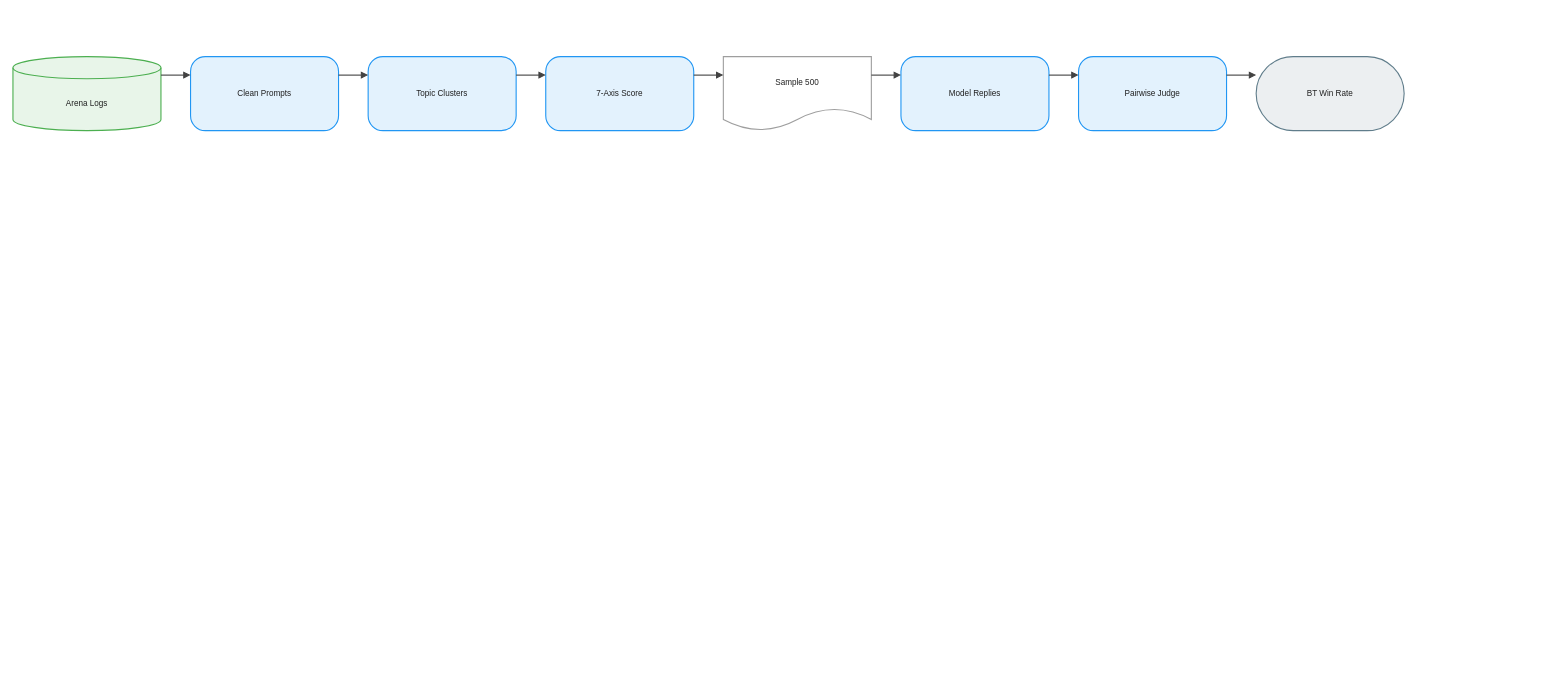
This is drawio/Arena-Hard/Arena-Hard.en.drawio from joe1chief/benchmark-hub, a draw.io file, before an edit. Source tidied: cells renumbered, new cells numbered last; positions are measured from the earlier drawing's top-left corner, leaving out a move shared by most shapes. Both pictures are drawn from the tidied source at 74%, with x=0, y=0 at pixel (13, 56).
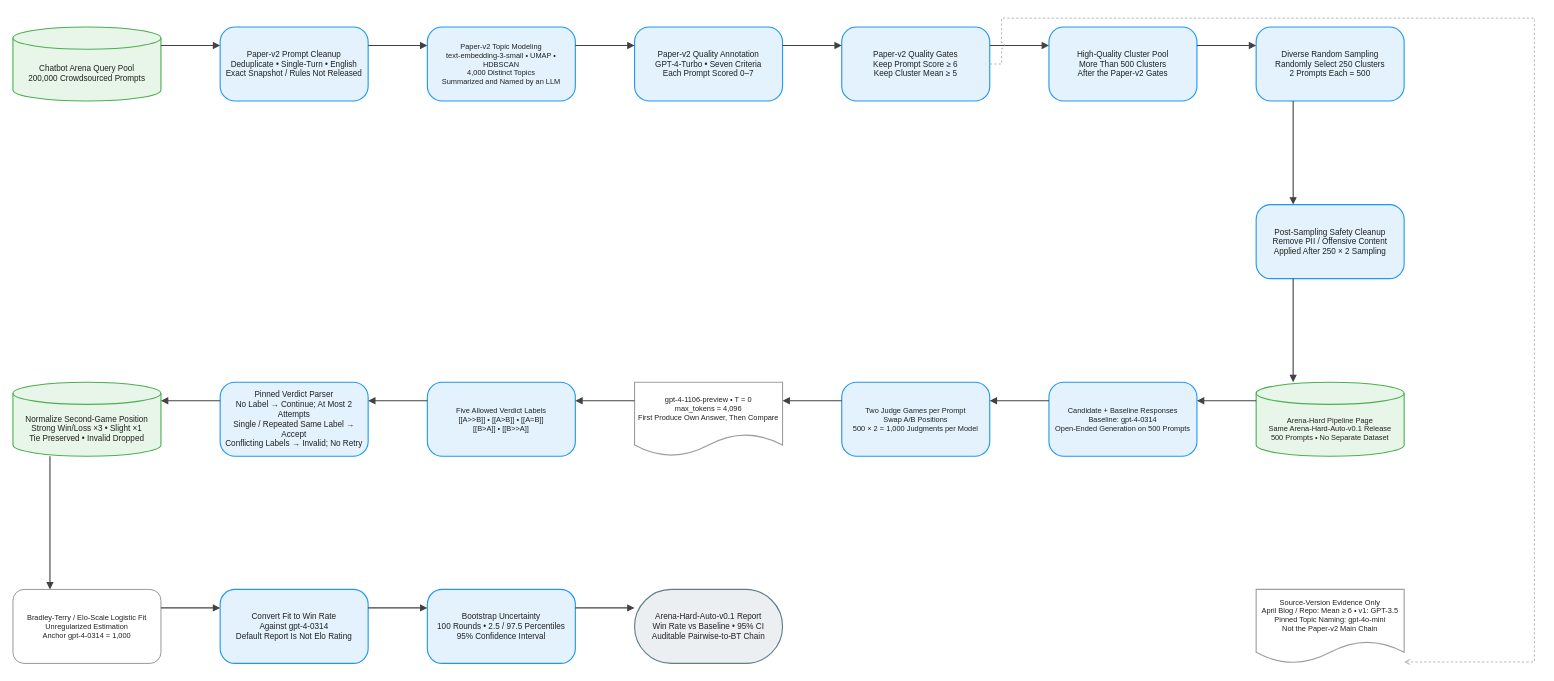
The same page after the edit.

Diff of the diagram source:
```diff
@@
-    <mxCell id="2" value="Arena Logs" style="shape=cylinder3;boundedLbl=1;backgroundOutline=1;size=15;html=1;whiteSpace=wrap;fillColor=#E8F5E9;strokeColor=#4CAF50;strokeWidth=1.5;fontColor=#212121;fontSize=11;fontFamily=Arial, Helvetica, sans-serif;verticalAlign=middle;align=center;" parent="1" vertex="1">
-      <mxGeometry width="200" height="100" as="geometry" />
+    <mxCell id="2" value="Chatbot Arena Query Pool&#10;200,000 Crowdsourced Prompts" style="shape=cylinder3;boundedLbl=1;backgroundOutline=1;size=15;html=0;convertToSvg=1;whiteSpace=wrap;fillColor=#E8F5E9;strokeColor=#4CAF50;strokeWidth=1.5;fontColor=#212121;fontSize=11;fontFamily=Arial, Helvetica, sans-serif;verticalAlign=middle;align=center;" parent="1" vertex="1">
+      <mxGeometry y="-40" width="200" height="100" as="geometry" />
     </mxCell>
-    <mxCell id="3" value="Clean Prompts" style="rounded=1;arcSize=20;html=1;whiteSpace=wrap;fillColor=#E3F2FD;strokeColor=#2196F3;strokeWidth=1.5;fontColor=#212121;fontSize=11;fontFamily=Arial, Helvetica, sans-serif;verticalAlign=middle;align=center;" parent="1" vertex="1">
-      <mxGeometry x="240" width="200" height="100" as="geometry" />
+    <mxCell id="3" value="Paper-v2 Prompt Cleanup&#10;Deduplicate • Single-Turn • English&#10;Exact Snapshot / Rules Not Released" style="rounded=1;arcSize=20;html=0;convertToSvg=1;whiteSpace=wrap;fillColor=#E3F2FD;strokeColor=#2196F3;strokeWidth=1.5;fontColor=#212121;fontSize=11;fontFamily=Arial, Helvetica, sans-serif;verticalAlign=middle;align=center;" parent="1" vertex="1">
+      <mxGeometry x="280" y="-40" width="200" height="100" as="geometry" />
     </mxCell>
-    <mxCell id="4" value="Topic Clusters" style="rounded=1;arcSize=20;html=1;whiteSpace=wrap;fillColor=#E3F2FD;strokeColor=#2196F3;strokeWidth=1.5;fontColor=#212121;fontSize=11;fontFamily=Arial, Helvetica, sans-serif;verticalAlign=middle;align=center;" parent="1" vertex="1">
-      <mxGeometry x="480" width="200" height="100" as="geometry" />
+    <mxCell id="4" value="Paper-v2 Topic Modeling&#10;text-embedding-3-small • UMAP • HDBSCAN&#10;4,000 Distinct Topics&#10;Summarized and Named by an LLM" style="rounded=1;arcSize=20;html=0;convertToSvg=1;whiteSpace=wrap;fillColor=#E3F2FD;strokeColor=#2196F3;strokeWidth=1.5;fontColor=#212121;fontSize=10;fontFamily=Arial, Helvetica, sans-serif;verticalAlign=middle;align=center;" parent="1" vertex="1">
+      <mxGeometry x="560" y="-40" width="200" height="100" as="geometry" />
     </mxCell>
-    <mxCell id="5" value="7-Axis Score" style="rounded=1;arcSize=20;html=1;whiteSpace=wrap;fillColor=#E3F2FD;strokeColor=#2196F3;strokeWidth=1.5;fontColor=#212121;fontSize=11;fontFamily=Arial, Helvetica, sans-serif;verticalAlign=middle;align=center;" parent="1" vertex="1">
-      <mxGeometry x="720" width="200" height="100" as="geometry" />
+    <mxCell id="5" value="Paper-v2 Quality Annotation&#10;GPT-4-Turbo • Seven Criteria&#10;Each Prompt Scored 0–7" style="rounded=1;arcSize=20;html=0;convertToSvg=1;whiteSpace=wrap;fillColor=#E3F2FD;strokeColor=#2196F3;strokeWidth=1.5;fontColor=#212121;fontSize=11;fontFamily=Arial, Helvetica, sans-serif;verticalAlign=middle;align=center;" parent="1" vertex="1">
+      <mxGeometry x="840" y="-40" width="200" height="100" as="geometry" />
     </mxCell>
-    <mxCell id="6" value="Sample 500" style="shape=document;boundedLbl=1;html=1;whiteSpace=wrap;fillColor=#FFFFFF;strokeColor=#9E9E9E;strokeWidth=1.5;fontColor=#212121;fontSize=11;fontFamily=Arial, Helvetica, sans-serif;verticalAlign=middle;align=center;" parent="1" vertex="1">
-      <mxGeometry x="960" width="200" height="100" as="geometry" />
+    <mxCell id="6" value="Paper-v2 Quality Gates&#10;Keep Prompt Score ≥ 6&#10;Keep Cluster Mean ≥ 5" style="rounded=1;arcSize=20;html=0;convertToSvg=1;whiteSpace=wrap;fillColor=#E3F2FD;strokeColor=#2196F3;strokeWidth=1.5;fontColor=#212121;fontSize=11;fontFamily=Arial, Helvetica, sans-serif;verticalAlign=middle;align=center;" parent="1" vertex="1">
+      <mxGeometry x="1120" y="-40" width="200" height="100" as="geometry" />
     </mxCell>
-    <mxCell id="7" value="Model Replies" style="rounded=1;arcSize=20;html=1;whiteSpace=wrap;fillColor=#E3F2FD;strokeColor=#2196F3;strokeWidth=1.5;fontColor=#212121;fontSize=11;fontFamily=Arial, Helvetica, sans-serif;verticalAlign=middle;align=center;" parent="1" vertex="1">
-      <mxGeometry x="1200" width="200" height="100" as="geometry" />
+    <mxCell id="7" value="High-Quality Cluster Pool&#10;More Than 500 Clusters&#10;After the Paper-v2 Gates" style="rounded=1;arcSize=20;html=0;convertToSvg=1;whiteSpace=wrap;fillColor=#E3F2FD;strokeColor=#2196F3;strokeWidth=1.5;fontColor=#212121;fontSize=11;fontFamily=Arial, Helvetica, sans-serif;verticalAlign=middle;align=center;" parent="1" vertex="1">
+      <mxGeometry x="1400" y="-40" width="200" height="100" as="geometry" />
     </mxCell>
-    <mxCell id="8" value="Pairwise Judge" style="rounded=1;arcSize=20;html=1;whiteSpace=wrap;fillColor=#E3F2FD;strokeColor=#2196F3;strokeWidth=1.5;fontColor=#212121;fontSize=11;fontFamily=Arial, Helvetica, sans-serif;verticalAlign=middle;align=center;" parent="1" vertex="1">
-      <mxGeometry x="1440" width="200" height="100" as="geometry" />
+    <mxCell id="8" value="Diverse Random Sampling&#10;Randomly Select 250 Clusters&#10;2 Prompts Each = 500" style="rounded=1;arcSize=20;html=0;convertToSvg=1;whiteSpace=wrap;fillColor=#E3F2FD;strokeColor=#2196F3;strokeWidth=1.5;fontColor=#212121;fontSize=11;fontFamily=Arial, Helvetica, sans-serif;verticalAlign=middle;align=center;" parent="1" vertex="1">
+      <mxGeometry x="1680" y="-40" width="200" height="100" as="geometry" />
     </mxCell>
-    <mxCell id="9" value="BT Win Rate" style="rounded=1;arcSize=50;html=1;whiteSpace=wrap;fillColor=#ECEFF1;strokeColor=#607D8B;strokeWidth=1.5;fontColor=#212121;fontSize=11;fontFamily=Arial, Helvetica, sans-serif;verticalAlign=middle;align=center;" parent="1" vertex="1">
-      <mxGeometry x="1680" width="200" height="100" as="geometry" />
+    <mxCell id="9" value="Post-Sampling Safety Cleanup&#10;Remove PII / Offensive Content&#10;Applied After 250 × 2 Sampling" style="rounded=1;arcSize=20;html=0;convertToSvg=1;whiteSpace=wrap;fillColor=#E3F2FD;strokeColor=#2196F3;strokeWidth=1.5;fontColor=#212121;fontSize=11;fontFamily=Arial, Helvetica, sans-serif;verticalAlign=middle;align=center;" parent="1" vertex="1">
+      <mxGeometry x="1680" y="200" width="200" height="100" as="geometry" />
     </mxCell>
-    <mxCell id="10" style="edgeStyle=orthogonalEdgeStyle;rounded=0;jettySize=auto;html=1;strokeColor=#424242;strokeWidth=1.5;endArrow=block;endFill=1;exitX=1;exitY=0.25;exitDx=0;exitDy=0;entryX=0;entryY=0.25;entryDx=0;entryDy=0;jumpStyle=arc;jumpSize=8;" parent="1" edge="1" source="2" target="3">
-      <mxGeometry relative="1" as="geometry" />
+    <mxCell id="10" value="Arena-Hard Pipeline Page&#10;Same Arena-Hard-Auto-v0.1 Release&#10;500 Prompts • No Separate Dataset" style="shape=cylinder3;boundedLbl=1;backgroundOutline=1;size=15;html=0;convertToSvg=1;whiteSpace=wrap;fillColor=#E8F5E9;strokeColor=#4CAF50;strokeWidth=1.5;fontColor=#212121;fontSize=10;fontFamily=Arial, Helvetica, sans-serif;verticalAlign=middle;align=center;" parent="1" vertex="1">
+      <mxGeometry x="1680" y="440" width="200" height="100" as="geometry" />
     </mxCell>
-    <mxCell id="11" style="edgeStyle=orthogonalEdgeStyle;rounded=0;jettySize=auto;html=1;strokeColor=#424242;strokeWidth=1.5;endArrow=block;endFill=1;exitX=1;exitY=0.25;exitDx=0;exitDy=0;entryX=0;entryY=0.25;entryDx=0;entryDy=0;jumpStyle=arc;jumpSize=8;" parent="1" edge="1" source="3" target="4">
-      <mxGeometry relative="1" as="geometry" />
+    <mxCell id="11" value="Candidate + Baseline Responses&#10;Baseline: gpt-4-0314&#10;Open-Ended Generation on 500 Prompts" style="rounded=1;arcSize=20;html=0;convertToSvg=1;whiteSpace=wrap;fillColor=#E3F2FD;strokeColor=#2196F3;strokeWidth=1.5;fontColor=#212121;fontSize=10;fontFamily=Arial, Helvetica, sans-serif;verticalAlign=middle;align=center;" parent="1" vertex="1">
+      <mxGeometry x="1400" y="440" width="200" height="100" as="geometry" />
     </mxCell>
-    <mxCell id="12" style="edgeStyle=orthogonalEdgeStyle;rounded=0;jettySize=auto;html=1;strokeColor=#424242;strokeWidth=1.5;endArrow=block;endFill=1;exitX=1;exitY=0.25;exitDx=0;exitDy=0;entryX=0;entryY=0.25;entryDx=0;entryDy=0;jumpStyle=arc;jumpSize=8;" parent="1" edge="1" source="4" target="5">
-      <mxGeometry relative="1" as="geometry" />
+    <mxCell id="12" value="Two Judge Games per Prompt&#10;Swap A/B Positions&#10;500 × 2 = 1,000 Judgments per Model" style="rounded=1;arcSize=20;html=0;convertToSvg=1;whiteSpace=wrap;fillColor=#E3F2FD;strokeColor=#2196F3;strokeWidth=1.5;fontColor=#212121;fontSize=10;fontFamily=Arial, Helvetica, sans-serif;verticalAlign=middle;align=center;" parent="1" vertex="1">
+      <mxGeometry x="1120" y="440" width="200" height="100" as="geometry" />
     </mxCell>
-    <mxCell id="13" style="edgeStyle=orthogonalEdgeStyle;rounded=0;jettySize=auto;html=1;strokeColor=#424242;strokeWidth=1.5;endArrow=block;endFill=1;exitX=1;exitY=0.25;exitDx=0;exitDy=0;entryX=0;entryY=0.25;entryDx=0;entryDy=0;jumpStyle=arc;jumpSize=8;" parent="1" edge="1" source="5" target="6">
-      <mxGeometry relative="1" as="geometry" />
+    <mxCell id="13" value="gpt-4-1106-preview • T = 0&#10;max_tokens = 4,096&#10;First Produce Own Answer, Then Compare" style="shape=document;boundedLbl=1;html=0;convertToSvg=1;whiteSpace=wrap;fillColor=#FFFFFF;strokeColor=#9E9E9E;strokeWidth=1.5;fontColor=#212121;fontSize=10;fontFamily=Arial, Helvetica, sans-serif;verticalAlign=middle;align=center;" parent="1" vertex="1">
+      <mxGeometry x="840" y="440" width="200" height="100" as="geometry" />
     </mxCell>
-    <mxCell id="14" style="edgeStyle=orthogonalEdgeStyle;rounded=0;jettySize=auto;html=1;strokeColor=#424242;strokeWidth=1.5;endArrow=block;endFill=1;exitX=1;exitY=0.25;exitDx=0;exitDy=0;entryX=0;entryY=0.25;entryDx=0;entryDy=0;jumpStyle=arc;jumpSize=8;" parent="1" edge="1" source="6" target="7">
-      <mxGeometry relative="1" as="geometry" />
+    <mxCell id="14" value="Five Allowed Verdict Labels&#10;[[A&gt;&gt;B]] • [[A&gt;B]] • [[A=B]]&#10;[[B&gt;A]] • [[B&gt;&gt;A]]" style="rounded=1;arcSize=20;html=0;convertToSvg=1;whiteSpace=wrap;fillColor=#E3F2FD;strokeColor=#2196F3;strokeWidth=1.5;fontColor=#212121;fontSize=10;fontFamily=Arial, Helvetica, sans-serif;verticalAlign=middle;align=center;" parent="1" vertex="1">
+      <mxGeometry x="560" y="440" width="200" height="100" as="geometry" />
     </mxCell>
-    <mxCell id="15" style="edgeStyle=orthogonalEdgeStyle;rounded=0;jettySize=auto;html=1;strokeColor=#424242;strokeWidth=1.5;endArrow=block;endFill=1;exitX=1;exitY=0.25;exitDx=0;exitDy=0;entryX=0;entryY=0.25;entryDx=0;entryDy=0;jumpStyle=arc;jumpSize=8;" parent="1" edge="1" source="7" target="8">
-      <mxGeometry relative="1" as="geometry" />
+    <mxCell id="15" value="Pinned Verdict Parser&#10;No Label → Continue; At Most 2 Attempts&#10;Single / Repeated Same Label → Accept&#10;Conflicting Labels → Invalid; No Retry" style="rounded=1;arcSize=20;html=0;convertToSvg=1;whiteSpace=wrap;fillColor=#E3F2FD;strokeColor=#2196F3;strokeWidth=1.5;fontColor=#212121;fontSize=11;fontFamily=Arial, Helvetica, sans-serif;verticalAlign=middle;align=center;" parent="1" vertex="1">
+      <mxGeometry x="280" y="440" width="200" height="100" as="geometry" />
     </mxCell>
-    <mxCell id="16" style="edgeStyle=orthogonalEdgeStyle;rounded=0;jettySize=auto;html=1;strokeColor=#424242;strokeWidth=1.5;endArrow=block;endFill=1;exitX=1;exitY=0.25;exitDx=0;exitDy=0;entryX=0;entryY=0.25;entryDx=0;entryDy=0;jumpStyle=arc;jumpSize=8;" parent="1" edge="1" source="8" target="9">
-      <mxGeometry relative="1" as="geometry" />
+    <mxCell id="16" value="Normalize Second-Game Position&#10;Strong Win/Loss ×3 • Slight ×1&#10;Tie Preserved • Invalid Dropped" style="shape=cylinder3;boundedLbl=1;backgroundOutline=1;size=15;html=0;convertToSvg=1;whiteSpace=wrap;fillColor=#E8F5E9;strokeColor=#4CAF50;strokeWidth=1.5;fontColor=#212121;fontSize=11;fontFamily=Arial, Helvetica, sans-serif;verticalAlign=middle;align=center;" parent="1" vertex="1">
+      <mxGeometry y="440" width="200" height="100" as="geometry" />
     </mxCell>
+    <mxCell id="17" value="Bradley-Terry / Elo-Scale Logistic Fit&#10;Unregularized Estimation&#10;Anchor gpt-4-0314 = 1,000" style="rounded=1;html=0;convertToSvg=1;whiteSpace=wrap;fillColor=#FFFFFF;strokeColor=#757575;strokeWidth=1;fontColor=#212121;fontSize=10;fontFamily=Arial, Helvetica, sans-serif;verticalAlign=middle;align=center;" parent="1" vertex="1">
+      <mxGeometry y="720" width="200" height="100" as="geometry" />
+    </mxCell>
+    <mxCell id="18" value="Convert Fit to Win Rate&#10;Against gpt-4-0314&#10;Default Report Is Not Elo Rating" style="rounded=1;arcSize=20;html=0;convertToSvg=1;whiteSpace=wrap;fillColor=#E3F2FD;strokeColor=#2196F3;strokeWidth=1.5;fontColor=#212121;fontSize=11;fontFamily=Arial, Helvetica, sans-serif;verticalAlign=middle;align=center;" parent="1" vertex="1">
+      <mxGeometry x="280" y="720" width="200" height="100" as="geometry" />
+    </mxCell>
+    <mxCell id="19" value="Bootstrap Uncertainty&#10;100 Rounds • 2.5 / 97.5 Percentiles&#10;95% Confidence Interval" style="rounded=1;arcSize=20;html=0;convertToSvg=1;whiteSpace=wrap;fillColor=#E3F2FD;strokeColor=#2196F3;strokeWidth=1.5;fontColor=#212121;fontSize=11;fontFamily=Arial, Helvetica, sans-serif;verticalAlign=middle;align=center;" parent="1" vertex="1">
+      <mxGeometry x="560" y="720" width="200" height="100" as="geometry" />
+    </mxCell>
+    <mxCell id="20" value="Arena-Hard-Auto-v0.1 Report&#10;Win Rate vs Baseline • 95% CI&#10;Auditable Pairwise-to-BT Chain" style="rounded=1;arcSize=50;html=0;convertToSvg=1;whiteSpace=wrap;fillColor=#ECEFF1;strokeColor=#607D8B;strokeWidth=1.5;fontColor=#212121;fontSize=11;fontFamily=Arial, Helvetica, sans-serif;verticalAlign=middle;align=center;" parent="1" vertex="1">
+      <mxGeometry x="840" y="720" width="200" height="100" as="geometry" />
+    </mxCell>
+    <mxCell id="21" value="Source-Version Evidence Only&#10;April Blog / Repo: Mean ≥ 6 • v1: GPT-3.5&#10;Pinned Topic Naming: gpt-4o-mini&#10;Not the Paper-v2 Main Chain" style="shape=document;boundedLbl=1;html=0;convertToSvg=1;whiteSpace=wrap;fillColor=#FFFFFF;strokeColor=#9E9E9E;strokeWidth=1.5;fontColor=#212121;fontSize=10;fontFamily=Arial, Helvetica, sans-serif;verticalAlign=middle;align=center;" parent="1" vertex="1">
+      <mxGeometry x="1680" y="720" width="200" height="100" as="geometry" />
+    </mxCell>
+    <mxCell id="22" style="edgeStyle=orthogonalEdgeStyle;rounded=0;jettySize=auto;html=0;convertToSvg=1;strokeColor=#424242;strokeWidth=1.5;endArrow=block;endFill=1;exitX=1;exitY=0.25;exitDx=0;exitDy=0;entryX=0;entryY=0.25;entryDx=0;entryDy=0;jumpStyle=arc;jumpSize=8;" parent="1" edge="1" source="2" target="3">
+      <mxGeometry relative="1" as="geometry" />
+    </mxCell>
+    <mxCell id="23" style="edgeStyle=orthogonalEdgeStyle;rounded=0;jettySize=auto;html=0;convertToSvg=1;strokeColor=#424242;strokeWidth=1.5;endArrow=block;endFill=1;exitX=1;exitY=0.25;exitDx=0;exitDy=0;entryX=0;entryY=0.25;entryDx=0;entryDy=0;jumpStyle=arc;jumpSize=8;" parent="1" edge="1" source="3" target="4">
+      <mxGeometry relative="1" as="geometry" />
+    </mxCell>
+    <mxCell id="24" style="edgeStyle=orthogonalEdgeStyle;rounded=0;jettySize=auto;html=0;convertToSvg=1;strokeColor=#424242;strokeWidth=1.5;endArrow=block;endFill=1;exitX=1;exitY=0.25;exitDx=0;exitDy=0;entryX=0;entryY=0.25;entryDx=0;entryDy=0;jumpStyle=arc;jumpSize=8;" parent="1" edge="1" source="4" target="5">
+      <mxGeometry relative="1" as="geometry" />
+    </mxCell>
+    <mxCell id="25" style="edgeStyle=orthogonalEdgeStyle;rounded=0;jettySize=auto;html=0;convertToSvg=1;strokeColor=#424242;strokeWidth=1.5;endArrow=block;endFill=1;exitX=1;exitY=0.25;exitDx=0;exitDy=0;entryX=0;entryY=0.25;entryDx=0;entryDy=0;jumpStyle=arc;jumpSize=8;" parent="1" edge="1" source="5" target="6">
+      <mxGeometry relative="1" as="geometry" />
+    </mxCell>
+    <mxCell id="26" style="edgeStyle=orthogonalEdgeStyle;rounded=0;jettySize=auto;html=0;convertToSvg=1;strokeColor=#424242;strokeWidth=1.5;endArrow=block;endFill=1;exitX=1;exitY=0.25;exitDx=0;exitDy=0;entryX=0;entryY=0.25;entryDx=0;entryDy=0;jumpStyle=arc;jumpSize=8;" parent="1" edge="1" source="6" target="7">
+      <mxGeometry relative="1" as="geometry" />
+    </mxCell>
+    <mxCell id="27" style="edgeStyle=orthogonalEdgeStyle;rounded=0;jettySize=auto;html=0;convertToSvg=1;strokeColor=#424242;strokeWidth=1.5;endArrow=block;endFill=1;exitX=1;exitY=0.25;exitDx=0;exitDy=0;entryX=0;entryY=0.25;entryDx=0;entryDy=0;jumpStyle=arc;jumpSize=8;" parent="1" edge="1" source="7" target="8">
+      <mxGeometry relative="1" as="geometry" />
+    </mxCell>
+    <mxCell id="28" style="edgeStyle=orthogonalEdgeStyle;rounded=0;jettySize=auto;html=0;convertToSvg=1;strokeColor=#424242;strokeWidth=1.5;endArrow=block;endFill=1;exitX=0.25;exitY=1;exitDx=0;exitDy=0;entryX=0.25;entryY=0;entryDx=0;entryDy=0;jumpStyle=arc;jumpSize=8;" parent="1" edge="1" source="8" target="9">
+      <mxGeometry relative="1" as="geometry" />
+    </mxCell>
+    <mxCell id="29" style="edgeStyle=orthogonalEdgeStyle;rounded=0;jettySize=auto;html=0;convertToSvg=1;strokeColor=#424242;strokeWidth=1.5;endArrow=block;endFill=1;exitX=0.25;exitY=1;exitDx=0;exitDy=0;entryX=0.25;entryY=0;entryDx=0;entryDy=0;jumpStyle=arc;jumpSize=8;" parent="1" edge="1" source="9" target="10">
+      <mxGeometry relative="1" as="geometry" />
+    </mxCell>
+    <mxCell id="30" style="edgeStyle=orthogonalEdgeStyle;rounded=0;jettySize=auto;html=0;convertToSvg=1;strokeColor=#424242;strokeWidth=1.5;endArrow=block;endFill=1;exitX=0;exitY=0.25;exitDx=0;exitDy=0;entryX=1;entryY=0.25;entryDx=0;entryDy=0;jumpStyle=arc;jumpSize=8;" parent="1" edge="1" source="10" target="11">
+      <mxGeometry relative="1" as="geometry" />
+    </mxCell>
+    <mxCell id="31" style="edgeStyle=orthogonalEdgeStyle;rounded=0;jettySize=auto;html=0;convertToSvg=1;strokeColor=#424242;strokeWidth=1.5;endArrow=block;endFill=1;exitX=0;exitY=0.25;exitDx=0;exitDy=0;entryX=1;entryY=0.25;entryDx=0;entryDy=0;jumpStyle=arc;jumpSize=8;" parent="1" edge="1" source="11" target="12">
+      <mxGeometry relative="1" as="geometry" />
+    </mxCell>
+    <mxCell id="32" style="edgeStyle=orthogonalEdgeStyle;rounded=0;jettySize=auto;html=0;convertToSvg=1;strokeColor=#424242;strokeWidth=1.5;endArrow=block;endFill=1;exitX=0;exitY=0.25;exitDx=0;exitDy=0;entryX=1;entryY=0.25;entryDx=0;entryDy=0;jumpStyle=arc;jumpSize=8;" parent="1" edge="1" source="12" target="13">
+      <mxGeometry relative="1" as="geometry" />
+    </mxCell>
+    <mxCell id="33" style="edgeStyle=orthogonalEdgeStyle;rounded=0;jettySize=auto;html=0;convertToSvg=1;strokeColor=#424242;strokeWidth=1.5;endArrow=block;endFill=1;exitX=0;exitY=0.25;exitDx=0;exitDy=0;entryX=1;entryY=0.25;entryDx=0;entryDy=0;jumpStyle=arc;jumpSize=8;" parent="1" edge="1" source="13" target="14">
+      <mxGeometry relative="1" as="geometry" />
+    </mxCell>
+    <mxCell id="34" style="edgeStyle=orthogonalEdgeStyle;rounded=0;jettySize=auto;html=0;convertToSvg=1;strokeColor=#424242;strokeWidth=1.5;endArrow=block;endFill=1;exitX=0;exitY=0.25;exitDx=0;exitDy=0;entryX=1;entryY=0.25;entryDx=0;entryDy=0;jumpStyle=arc;jumpSize=8;" parent="1" edge="1" source="14" target="15">
+      <mxGeometry relative="1" as="geometry" />
+    </mxCell>
+    <mxCell id="35" style="edgeStyle=orthogonalEdgeStyle;rounded=0;jettySize=auto;html=0;convertToSvg=1;strokeColor=#424242;strokeWidth=1.5;endArrow=block;endFill=1;exitX=0;exitY=0.25;exitDx=0;exitDy=0;entryX=1;entryY=0.25;entryDx=0;entryDy=0;jumpStyle=arc;jumpSize=8;" parent="1" edge="1" source="15" target="16">
+      <mxGeometry relative="1" as="geometry" />
+    </mxCell>
+    <mxCell id="36" style="edgeStyle=orthogonalEdgeStyle;rounded=0;jettySize=auto;html=0;convertToSvg=1;strokeColor=#424242;strokeWidth=1.5;endArrow=block;endFill=1;exitX=0.25;exitY=1;exitDx=0;exitDy=0;entryX=0.25;entryY=0;entryDx=0;entryDy=0;jumpStyle=arc;jumpSize=8;" parent="1" edge="1" source="16" target="17">
+      <mxGeometry relative="1" as="geometry" />
+    </mxCell>
+    <mxCell id="37" style="edgeStyle=orthogonalEdgeStyle;rounded=0;jettySize=auto;html=0;convertToSvg=1;strokeColor=#424242;strokeWidth=1.5;endArrow=block;endFill=1;exitX=1;exitY=0.25;exitDx=0;exitDy=0;entryX=0;entryY=0.25;entryDx=0;entryDy=0;jumpStyle=arc;jumpSize=8;" parent="1" edge="1" source="17" target="18">
+      <mxGeometry relative="1" as="geometry" />
+    </mxCell>
+    <mxCell id="38" style="edgeStyle=orthogonalEdgeStyle;rounded=0;jettySize=auto;html=0;convertToSvg=1;strokeColor=#424242;strokeWidth=1.5;endArrow=block;endFill=1;exitX=1;exitY=0.25;exitDx=0;exitDy=0;entryX=0;entryY=0.25;entryDx=0;entryDy=0;jumpStyle=arc;jumpSize=8;" parent="1" edge="1" source="18" target="19">
+      <mxGeometry relative="1" as="geometry" />
+    </mxCell>
+    <mxCell id="39" style="edgeStyle=orthogonalEdgeStyle;rounded=0;jettySize=auto;html=0;convertToSvg=1;strokeColor=#424242;strokeWidth=1.5;endArrow=block;endFill=1;exitX=1;exitY=0.25;exitDx=0;exitDy=0;entryX=0;entryY=0.25;entryDx=0;entryDy=0;jumpStyle=arc;jumpSize=8;" parent="1" edge="1" source="19" target="20">
+      <mxGeometry relative="1" as="geometry" />
+    </mxCell>
+    <mxCell id="40" style="edgeStyle=orthogonalEdgeStyle;rounded=0;jettySize=auto;html=0;convertToSvg=1;strokeColor=#9E9E9E;strokeWidth=1;endArrow=open;endFill=0;dashed=1;dashPattern=3 3;jumpStyle=arc;jumpSize=8;" parent="1" edge="1" source="6" target="21">
+      <mxGeometry relative="1" as="geometry">
+        <Array as="points">
+          <mxPoint x="1336" y="-52" />
+          <mxPoint x="2056" y="-52" />
+          <mxPoint x="2056" y="818" />
+        </Array>
+      </mxGeometry>
+    </mxCell>
```
